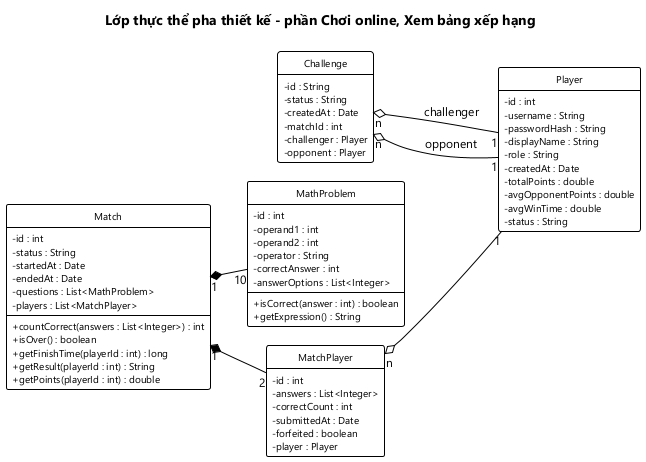
The PlantUML diagram docs/hung/lop-thuc-the-hung.png in HungNguyenBa1811/math-dash, before a commit.
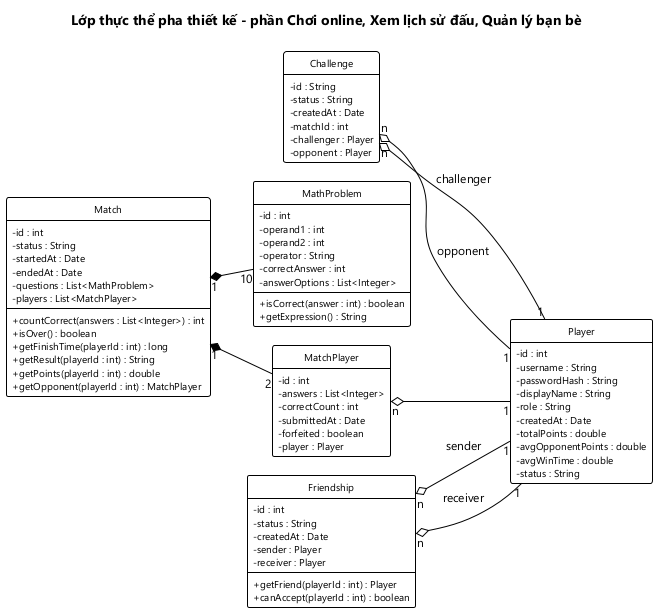
Above is the later version.

The edit, as a diff of the source:
```diff
@@ -17,7 +17,7 @@
   BorderThickness 1
 }
 left to right direction
-title Lớp thực thể pha thiết kế - phần Chơi online, Xem bảng xếp hạng
+title Lớp thực thể pha thiết kế - phần Chơi online, Xem lịch sử đấu, Quản lý bạn bè
 
 class Player {
   - id : int
@@ -61,6 +61,7 @@
   + getFinishTime(playerId : int) : long
   + getResult(playerId : int) : String
   + getPoints(playerId : int) : double
+  + getOpponent(playerId : int) : MatchPlayer
 }
 class MatchPlayer {
   - id : int
@@ -70,10 +71,21 @@
   - forfeited : boolean
   - player : Player
 }
+class Friendship {
+  - id : int
+  - status : String
+  - createdAt : Date
+  - sender : Player
+  - receiver : Player
+  + getFriend(playerId : int) : Player
+  + canAccept(playerId : int) : boolean
+}
 
 Challenge "n" o-- "1" Player : challenger
 Challenge "n" o-- "1" Player : opponent
 Match "1" *-- "2" MatchPlayer
 MatchPlayer "n" o-- "1" Player
 Match "1" *-- "10" MathProblem
+Friendship "n" o-- "1" Player : sender
+Friendship "n" o-- "1" Player : receiver
 @enduml
```
